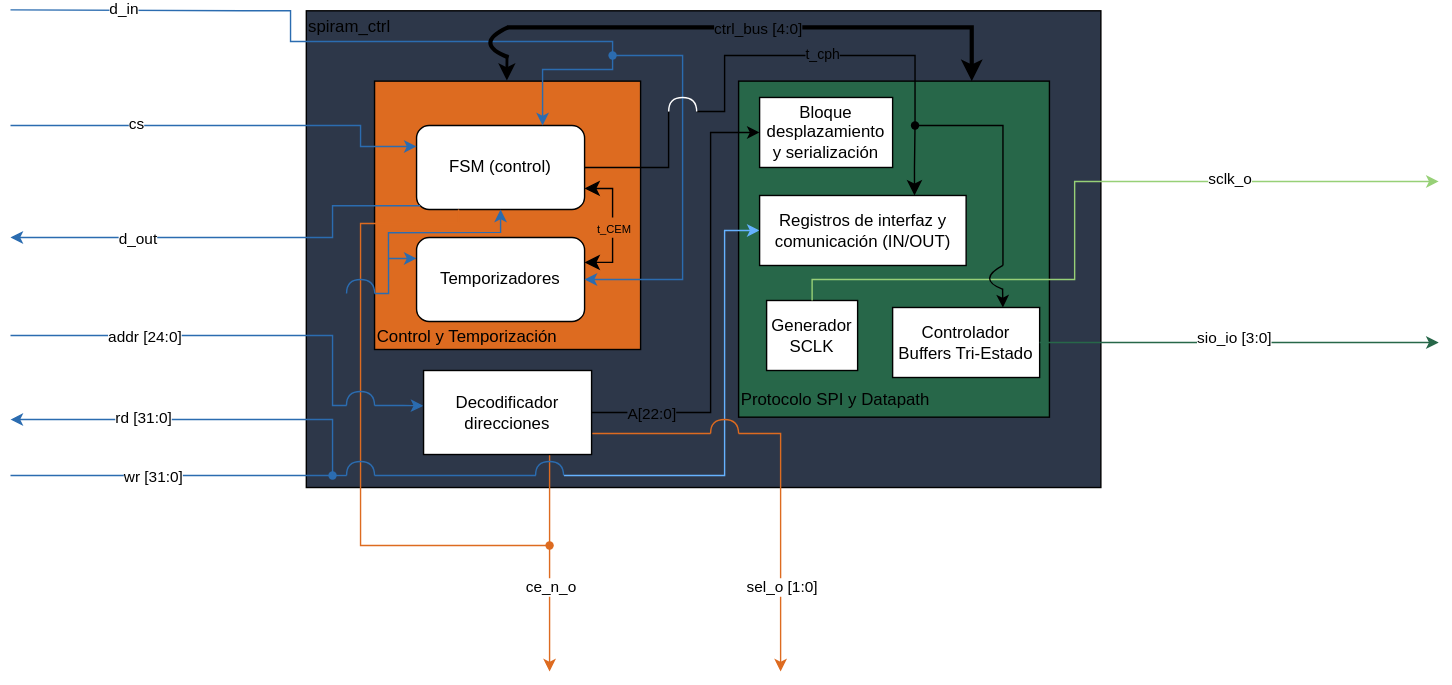
This is Images/Expanded_Box.svg from KUBIX2026/SPI_RAM, a draw.io export, as it was before one commit. Source tidied: cells renumbered, new cells last; positions are measured from the earlier drawing's top-left corner, leaving out a move shared by most shapes.
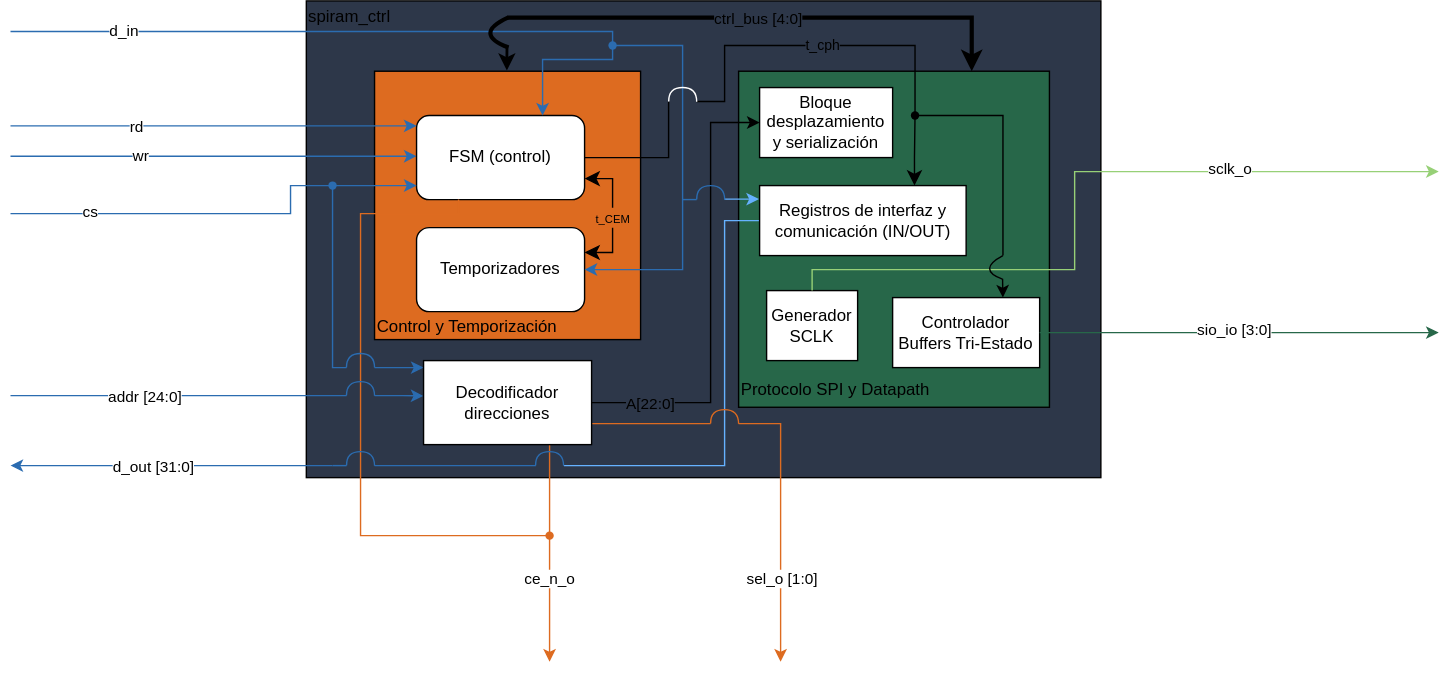
Above is the later version.

Diff of the diagram source:
```diff
@@ -66,21 +66,28 @@
         <mxPoint x="470" y="73" as="targetPoint" />
       </mxGeometry>
     </mxCell>
+    <mxCell id="69" style="edgeStyle=orthogonalEdgeStyle;rounded=0;orthogonalLoop=1;jettySize=auto;html=1;exitX=0;exitY=0.5;exitDx=0;exitDy=0;defaultLabelBackgroundColor=page;startArrow=classic;startFill=1;endArrow=none;endFill=0;strokeColor=light-dark(#2B6CB0,#2B6CB0);" parent="1" edge="1">
+      <mxGeometry relative="1" as="geometry">
+        <mxPoint x="290" y="112" as="sourcePoint" />
+        <mxPoint y="112" as="targetPoint" />
+        <Array as="points">
+          <mxPoint y="112" />
+        </Array>
+      </mxGeometry>
+    </mxCell>
+    <mxCell id="70" value="wr" style="edgeLabel;html=1;align=center;verticalAlign=middle;inheritText=1;defaultLabelBackgroundColor=page;" parent="69" vertex="1">
+      <mxGeometry x="0.36" relative="1" as="geometry" />
+    </mxCell>
     <mxCell id="14" value="FSM (control)" style="rounded=1;whiteSpace=wrap;html=1;roundedPerimeter=1;" parent="1" vertex="1">
       <mxGeometry x="290" y="83" width="120" height="60" as="geometry" />
     </mxCell>
-    <mxCell id="15" style="edgeStyle=none;rounded=0;jettySize=auto;html=1;exitX=0;exitY=0.25;exitDx=0;exitDy=0;defaultLabelBackgroundColor=page;endArrow=none;endFill=0;startArrow=classic;startFill=1;strokeColor=light-dark(#2B6CB0,#2B6CB0);" parent="1" edge="1" source="16">
-      <mxGeometry relative="1" as="geometry">
-        <mxPoint x="270" y="178" as="targetPoint" />
-      </mxGeometry>
-    </mxCell>
     <mxCell id="16" value="Temporizadores" style="rounded=1;whiteSpace=wrap;html=1;roundedPerimeter=1;" parent="1" vertex="1">
       <mxGeometry x="290" y="163" width="120" height="60" as="geometry" />
     </mxCell>
     <mxCell id="17" value="Bloque desplazamiento y serialización" style="rounded=0;whiteSpace=wrap;html=1;" parent="1" vertex="1">
       <mxGeometry x="535" y="63" width="95" height="50" as="geometry" />
     </mxCell>
-    <mxCell id="18" style="edgeStyle=none;rounded=0;jettySize=auto;html=1;exitX=0;exitY=0.5;exitDx=0;exitDy=0;defaultLabelBackgroundColor=page;endArrow=none;endFill=0;startArrow=classic;startFill=1;strokeColor=light-dark(#66B2FF,#66B2FF);" parent="1" edge="1" source="21">
+    <mxCell id="18" style="edgeStyle=none;rounded=0;jettySize=auto;html=1;exitX=0;exitY=0.5;exitDx=0;exitDy=0;defaultLabelBackgroundColor=page;endArrow=none;endFill=0;startArrow=none;startFill=0;strokeColor=light-dark(#66B2FF,#66B2FF);" parent="1" edge="1" source="21">
       <mxGeometry relative="1" as="geometry">
         <mxPoint x="395.3" y="333" as="targetPoint" />
         <Array as="points">
@@ -102,6 +109,11 @@
     <mxCell id="20" value="&lt;font size=&quot;1&quot;&gt;t_cph&lt;/font&gt;" style="edgeLabel;html=1;align=center;verticalAlign=middle;inheritText=1;fontSize=12;defaultLabelBackgroundColor=page;" parent="19" vertex="1">
       <mxGeometry x="-0.05" y="-1" relative="1" as="geometry" />
     </mxCell>
+    <mxCell id="71" style="edgeStyle=orthogonalEdgeStyle;rounded=0;jettySize=auto;html=1;exitX=-0.003;exitY=0.193;exitDx=0;exitDy=0;defaultLabelBackgroundColor=page;endArrow=none;endFill=0;startArrow=classic;startFill=1;exitPerimeter=0;strokeColor=light-dark(#66B2FF,#66B2FF);" parent="1" edge="1" source="21">
+      <mxGeometry x="-0.05" relative="1" as="geometry">
+        <mxPoint x="510" y="143" as="targetPoint" />
+      </mxGeometry>
+    </mxCell>
     <mxCell id="21" value="Registros de interfaz y comunicación (IN/OUT)" style="rounded=0;whiteSpace=wrap;html=1;" parent="1" vertex="1">
       <mxGeometry x="535" y="133" width="147.5" height="50" as="geometry" />
     </mxCell>
@@ -125,21 +137,20 @@
       <mxGeometry x="630" y="213" width="105" height="50" as="geometry" />
     </mxCell>
     <mxCell id="26" style="edgeStyle=none;rounded=0;jettySize=auto;html=1;defaultLabelBackgroundColor=page;strokeColor=light-dark(#2B6CB0,#2B6CB0);endArrow=none;endFill=0;startArrow=none;startFill=0;exitX=0.446;exitY=-0.062;exitDx=0;exitDy=0;exitPerimeter=0;" parent="1" edge="1" source="30">
-      <mxGeometry x="-0.68" relative="1" as="geometry">
-        <mxPoint y="0.5" as="targetPoint" />
+      <mxGeometry x="-0.67" relative="1" as="geometry">
+        <mxPoint y="23" as="targetPoint" />
         <Array as="points">
           <mxPoint x="430" y="23" />
           <mxPoint x="390" y="23" />
           <mxPoint x="340" y="23" />
           <mxPoint x="250" y="23" />
           <mxPoint x="200" y="23" />
-          <mxPoint x="200" y="1.1" />
-          <mxPoint x="165.9" y="1.1" />
+          <mxPoint x="165.9" y="23" />
         </Array>
       </mxGeometry>
     </mxCell>
     <mxCell id="27" value="d_in" style="edgeLabel;html=1;align=center;verticalAlign=middle;inheritText=1;defaultLabelBackgroundColor=page;" parent="26" vertex="1">
-      <mxGeometry x="0.65" y="-1" relative="1" as="geometry" />
+      <mxGeometry x="0.64" y="-1" relative="1" as="geometry" />
     </mxCell>
     <mxCell id="28" style="edgeStyle=none;rounded=0;jettySize=auto;html=1;exitX=1;exitY=0.5;exitDx=0;exitDy=0;defaultLabelBackgroundColor=page;strokeColor=light-dark(#2B6CB0,#2B6CB0);endArrow=none;endFill=0;startArrow=classic;startFill=1;" parent="1" edge="1" source="16" target="30">
       <mxGeometry x="-0.01" relative="1" as="geometry">
@@ -162,33 +173,34 @@
     <mxCell id="30" style="shape=waypoint;sketch=0;fillStyle=solid;size=6;points=[];fillColor=none;perimeter=centerPerimeter;snapToPoint=1;strokeColor=light-dark(#2B6CB0,#2B6CB0);" parent="1" vertex="1">
       <mxGeometry x="420" y="23" width="20" height="20" as="geometry" />
     </mxCell>
-    <mxCell id="31" style="edgeStyle=none;rounded=0;jettySize=auto;html=1;exitX=0;exitY=0.25;exitDx=0;exitDy=0;defaultLabelBackgroundColor=page;strokeColor=light-dark(#2B6CB0,#2B6CB0);endArrow=none;endFill=0;startArrow=classic;startFill=1;" parent="1" edge="1" source="14">
-      <mxGeometry x="-0.65" relative="1" as="geometry">
-        <mxPoint y="83" as="targetPoint" />
+    <mxCell id="31" style="edgeStyle=none;rounded=0;jettySize=auto;html=1;exitDx=0;exitDy=0;defaultLabelBackgroundColor=page;strokeColor=light-dark(#2B6CB0,#2B6CB0);endArrow=none;endFill=0;startArrow=none;startFill=0;" parent="1" edge="1" source="78">
+      <mxGeometry x="-0.61" relative="1" as="geometry">
+        <mxPoint y="153" as="targetPoint" />
         <Array as="points">
-          <mxPoint x="250" y="98" />
-          <mxPoint x="250" y="83" />
-          <mxPoint x="160" y="83" />
+          <mxPoint x="200" y="133" />
+          <mxPoint x="200" y="143" />
+          <mxPoint x="200" y="153" />
+          <mxPoint x="170" y="153" />
         </Array>
       </mxGeometry>
     </mxCell>
     <mxCell id="32" value="cs" style="edgeLabel;html=1;align=center;verticalAlign=middle;inheritText=1;defaultLabelBackgroundColor=page;" parent="31" vertex="1">
-      <mxGeometry x="0.01" y="1" relative="1" as="geometry">
+      <mxGeometry x="0.06" y="1" relative="1" as="geometry">
         <mxPoint x="-61" y="-2" as="offset" />
       </mxGeometry>
     </mxCell>
-    <mxCell id="33" style="edgeStyle=none;rounded=0;jettySize=auto;html=1;exitX=0;exitY=1;exitDx=0;exitDy=0;defaultLabelBackgroundColor=page;strokeColor=light-dark(#2B6CB0,#2B6CB0);" parent="1" edge="1" source="14">
-      <mxGeometry x="0.42" relative="1" as="geometry">
-        <mxPoint y="163" as="targetPoint" />
+    <mxCell id="33" style="edgeStyle=none;rounded=0;orthogonalLoop=1;jettySize=auto;html=1;exitX=0;exitY=1;exitDx=0;exitDy=0;defaultLabelBackgroundColor=page;strokeColor=light-dark(#2B6CB0,#2B6CB0);endArrow=none;endFill=0;startArrow=classic;startFill=1;" parent="1" edge="1">
+      <mxGeometry x="0.36" relative="1" as="geometry">
+        <mxPoint x="290" y="90.4" as="sourcePoint" />
+        <mxPoint y="90.4" as="targetPoint" />
         <Array as="points">
-          <mxPoint x="230" y="140.4" />
-          <mxPoint x="230" y="163" />
-          <mxPoint x="160" y="163" />
+          <mxPoint x="227.4" y="90.4" />
+          <mxPoint x="157.4" y="90.4" />
         </Array>
       </mxGeometry>
     </mxCell>
-    <mxCell id="34" value="d_out" style="edgeLabel;html=1;align=center;verticalAlign=middle;inheritText=1;defaultLabelBackgroundColor=page;" parent="33" vertex="1">
-      <mxGeometry x="0.55" y="1" relative="1" as="geometry">
+    <mxCell id="34" value="rd" style="edgeLabel;html=1;align=center;verticalAlign=middle;inheritText=1;defaultLabelBackgroundColor=page;" parent="33" vertex="1">
+      <mxGeometry x="0.51" y="1" relative="1" as="geometry">
         <mxPoint x="19" y="-1" as="offset" />
       </mxGeometry>
     </mxCell>
@@ -219,21 +231,34 @@
         <mxPoint x="500" y="303" as="targetPoint" />
       </mxGeometry>
     </mxCell>
+    <mxCell id="72" style="edgeStyle=orthogonalEdgeStyle;rounded=0;jettySize=auto;html=1;defaultLabelBackgroundColor=page;endArrow=none;endFill=0;strokeColor=light-dark(#2B6CB0,#2B6CB0);" parent="1" edge="1" target="78">
+      <mxGeometry x="-0.51" relative="1" as="geometry">
+        <mxPoint x="240" y="263" as="sourcePoint" />
+        <Array as="points">
+          <mxPoint x="230" y="263" />
+        </Array>
+      </mxGeometry>
+    </mxCell>
+    <mxCell id="73" style="edgeStyle=orthogonalEdgeStyle;rounded=0;jettySize=auto;html=1;defaultLabelBackgroundColor=page;endArrow=none;endFill=0;startArrow=classic;startFill=1;strokeColor=light-dark(#2B6CB0,#2B6CB0);" parent="1" edge="1" source="40">
+      <mxGeometry x="0.03" relative="1" as="geometry">
+        <mxPoint x="260" y="263" as="targetPoint" />
+        <Array as="points">
+          <mxPoint x="280" y="263" />
+          <mxPoint x="280" y="263" />
+        </Array>
+      </mxGeometry>
+    </mxCell>
     <mxCell id="40" value="Decodificador direcciones" style="rounded=0;whiteSpace=wrap;html=1;" parent="1" vertex="1">
       <mxGeometry x="295" y="258" width="120" height="60" as="geometry" />
     </mxCell>
     <mxCell id="41" style="edgeStyle=none;rounded=0;orthogonalLoop=1;jettySize=auto;html=1;defaultLabelBackgroundColor=page;strokeColor=light-dark(#2B6CB0,#2B6CB0);endArrow=none;endFill=0;startArrow=none;startFill=0;" parent="1" edge="1">
-      <mxGeometry x="0.06" relative="1" as="geometry">
+      <mxGeometry x="-0.13" relative="1" as="geometry">
         <mxPoint x="240" y="283" as="sourcePoint" />
-        <mxPoint y="233" as="targetPoint" />
-        <Array as="points">
-          <mxPoint x="230" y="283" />
-          <mxPoint x="230" y="233" />
-        </Array>
+        <mxPoint y="283" as="targetPoint" />
       </mxGeometry>
     </mxCell>
     <mxCell id="42" value="addr [24:0]" style="edgeLabel;html=1;align=center;verticalAlign=middle;inheritText=1;defaultLabelBackgroundColor=page;" parent="41" vertex="1">
-      <mxGeometry x="0.09" y="-2" relative="1" as="geometry">
+      <mxGeometry x="-0.11" y="-2" relative="1" as="geometry">
         <mxPoint x="-38" y="2" as="offset" />
       </mxGeometry>
     </mxCell>
@@ -260,15 +285,16 @@
         </Array>
       </mxGeometry>
     </mxCell>
-    <mxCell id="46" style="edgeStyle=none;rounded=0;jettySize=auto;html=1;defaultLabelBackgroundColor=page;strokeColor=light-dark(#2B6CB0,#2B6CB0);startArrow=none;startFill=0;endArrow=none;endFill=0;" parent="1" edge="1" source="52">
+    <mxCell id="46" style="edgeStyle=none;rounded=0;orthogonalLoop=1;jettySize=auto;html=1;defaultLabelBackgroundColor=page;strokeColor=light-dark(#2B6CB0,#2B6CB0);startArrow=none;startFill=0;endArrow=classic;endFill=1;" parent="1" edge="1">
       <mxGeometry x="-0.43" relative="1" as="geometry">
+        <mxPoint x="230" y="333" as="sourcePoint" />
         <mxPoint y="333" as="targetPoint" />
         <Array as="points">
           <mxPoint x="200" y="333" />
         </Array>
       </mxGeometry>
     </mxCell>
-    <mxCell id="47" value="wr [31:0]" style="edgeLabel;html=1;align=center;verticalAlign=middle;inheritText=1;defaultLabelBackgroundColor=page;" parent="46" vertex="1">
+    <mxCell id="47" value="d_out [31:0]" style="edgeLabel;html=1;align=center;verticalAlign=middle;inheritText=1;defaultLabelBackgroundColor=page;" parent="46" vertex="1">
       <mxGeometry x="0.12" relative="1" as="geometry" />
     </mxCell>
     <mxCell id="48" style="curved=1;curveGeometry=1;endArrow=none;html=1;rounded=0;defaultLabelBackgroundColor=page;endFill=0;strokeColor=light-dark(#2B6CB0,#2B6CB0);" parent="1" edge="1">
@@ -297,27 +323,12 @@
         <mxPoint x="375.2" y="333" as="targetPoint" />
       </mxGeometry>
     </mxCell>
-    <mxCell id="51" style="edgeStyle=none;rounded=0;jettySize=auto;html=1;defaultLabelBackgroundColor=page;strokeColor=light-dark(#2B6CB0,#2B6CB0);startArrow=none;startFill=0;endArrow=none;endFill=0;" parent="1" edge="1" target="52">
+    <mxCell id="51" style="edgeStyle=none;rounded=0;orthogonalLoop=1;jettySize=auto;html=1;defaultLabelBackgroundColor=page;strokeColor=light-dark(#2B6CB0,#2B6CB0);startArrow=none;startFill=0;endArrow=none;endFill=0;" parent="1" edge="1">
       <mxGeometry x="-0.52" relative="1" as="geometry">
         <mxPoint x="240" y="333" as="sourcePoint" />
+        <mxPoint x="230" y="333" as="targetPoint" />
       </mxGeometry>
     </mxCell>
-    <mxCell id="52" style="shape=waypoint;sketch=0;fillStyle=solid;size=6;points=[];fillColor=none;perimeter=centerPerimeter;snapToPoint=1;strokeColor=light-dark(#2B6CB0,#2B6CB0);" parent="1" vertex="1">
-      <mxGeometry x="220" y="323" width="20" height="20" as="geometry" />
-    </mxCell>
-    <mxCell id="53" style="edgeStyle=none;rounded=0;jettySize=auto;html=1;defaultLabelBackgroundColor=page;strokeColor=light-dark(#2B6CB0,#2B6CB0);" parent="1" edge="1" source="52">
-      <mxGeometry x="0.25" relative="1" as="geometry">
-        <mxPoint y="293" as="targetPoint" />
-        <Array as="points">
-          <mxPoint x="230" y="293" />
-        </Array>
-      </mxGeometry>
-    </mxCell>
-    <mxCell id="54" value="rd [31:0]" style="edgeLabel;html=1;align=center;verticalAlign=middle;inheritText=1;defaultLabelBackgroundColor=page;strokeColor=none;" parent="53" vertex="1">
-      <mxGeometry x="0.31" y="-2" relative="1" as="geometry">
-        <mxPoint x="1" as="offset" />
-      </mxGeometry>
-    </mxCell>
     <mxCell id="55" style="curved=1;curveGeometry=1;endArrow=none;html=1;rounded=0;defaultLabelBackgroundColor=page;endFill=0;strokeColor=light-dark(#DD6B20,#DD6B20);" parent="1" edge="1">
       <mxGeometry x="-0.02" relative="1" as="geometry">
         <mxPoint x="500" y="303" as="sourcePoint" />
@@ -355,26 +366,6 @@
         <mxPoint x="80" y="-2" as="offset" />
       </mxGeometry>
     </mxCell>
-    <mxCell id="60" style="curved=1;curveGeometry=1;endArrow=none;html=1;rounded=0;defaultLabelBackgroundColor=page;entryX=0.086;entryY=0.975;entryDx=0;entryDy=0;entryPerimeter=0;endFill=0;strokeColor=light-dark(#2B6CB0,#2B6CB0);" parent="1" edge="1">
-      <mxGeometry x="-0.02" relative="1" as="geometry">
-        <mxPoint x="240" y="203" as="sourcePoint" />
-        <mxPoint x="260.1" y="203.1" as="targetPoint" />
-        <Array as="points">
-          <mxPoint x="240" y="193" />
-          <mxPoint x="260" y="193" />
-        </Array>
-      </mxGeometry>
-    </mxCell>
-    <mxCell id="61" style="endArrow=classic;html=1;rounded=0;defaultLabelBackgroundColor=page;entryX=0.5;entryY=1;entryDx=0;entryDy=0;endFill=1;strokeColor=light-dark(#2B6CB0,#2B6CB0);" parent="1" edge="1" target="14">
-      <mxGeometry x="0.07" relative="1" as="geometry">
-        <mxPoint x="260" y="203" as="sourcePoint" />
-        <Array as="points">
-          <mxPoint x="270" y="203" />
-          <mxPoint x="269.9" y="159.6" />
-          <mxPoint x="350" y="159.3" />
-        </Array>
-      </mxGeometry>
-    </mxCell>
     <mxCell id="62" style="endArrow=classic;startArrow=classic;html=1;rounded=0;fontSize=12;defaultLabelBackgroundColor=page;startSize=8;endSize=8;entryX=1;entryY=0.75;entryDx=0;entryDy=0;exitX=1.006;exitY=0.294;exitDx=0;exitDy=0;edgeStyle=orthogonalEdgeStyle;" parent="1" edge="1" source="16" target="14">
       <mxGeometry x="0.02" relative="1" as="geometry">
         <Array as="points">
@@ -420,5 +411,41 @@
         </Array>
       </mxGeometry>
     </mxCell>
+    <mxCell id="74" style="curved=1;curveGeometry=1;endArrow=none;html=1;rounded=0;defaultLabelBackgroundColor=page;endFill=0;strokeColor=light-dark(#2B6CB0,#2B6CB0);" parent="1" edge="1">
+      <mxGeometry x="-0.02" relative="1" as="geometry">
+        <mxPoint x="490.1" y="143" as="sourcePoint" />
+        <mxPoint x="510.1" y="143.1" as="targetPoint" />
+        <Array as="points">
+          <mxPoint x="490" y="133" />
+          <mxPoint x="510" y="133" />
+        </Array>
+      </mxGeometry>
+    </mxCell>
+    <mxCell id="75" style="endArrow=none;html=1;rounded=0;defaultLabelBackgroundColor=page;endFill=0;strokeColor=light-dark(#2B6CB0,#2B6CB0);" parent="1" edge="1">
+      <mxGeometry relative="1" as="geometry">
+        <mxPoint x="490" y="143" as="sourcePoint" />
+        <mxPoint x="480" y="143" as="targetPoint" />
+      </mxGeometry>
+    </mxCell>
+    <mxCell id="76" style="curved=1;curveGeometry=1;endArrow=none;html=1;rounded=0;defaultLabelBackgroundColor=page;entryX=0.086;entryY=0.975;entryDx=0;entryDy=0;entryPerimeter=0;endFill=0;strokeColor=light-dark(#2B6CB0,#2B6CB0);" parent="1" edge="1">
+      <mxGeometry x="-0.02" relative="1" as="geometry">
+        <mxPoint x="239.9" y="262.9" as="sourcePoint" />
+        <mxPoint x="260" y="263" as="targetPoint" />
+        <Array as="points">
+          <mxPoint x="239.9" y="252.9" />
+          <mxPoint x="259.9" y="252.9" />
+        </Array>
+      </mxGeometry>
+    </mxCell>
+    <mxCell id="77" style="edgeStyle=none;rounded=0;jettySize=auto;html=1;exitX=0.008;exitY=0.828;exitDx=0;exitDy=0;defaultLabelBackgroundColor=page;strokeColor=light-dark(#2B6CB0,#2B6CB0);endArrow=none;endFill=0;startArrow=classic;startFill=1;" parent="1" edge="1" source="14" target="78">
+      <mxGeometry x="-0.6" relative="1" as="geometry">
+        <Array as="points">
+          <mxPoint x="250" y="133" />
+        </Array>
+      </mxGeometry>
+    </mxCell>
+    <mxCell id="78" style="shape=waypoint;sketch=0;fillStyle=solid;size=6;points=[];fillColor=none;perimeter=centerPerimeter;snapToPoint=1;strokeColor=light-dark(#2B6CB0,#2B6CB0);" parent="1" vertex="1">
+      <mxGeometry x="220" y="123" width="20" height="20" as="geometry" />
+    </mxCell>
   </root>
 </mxGraphModel>
```
